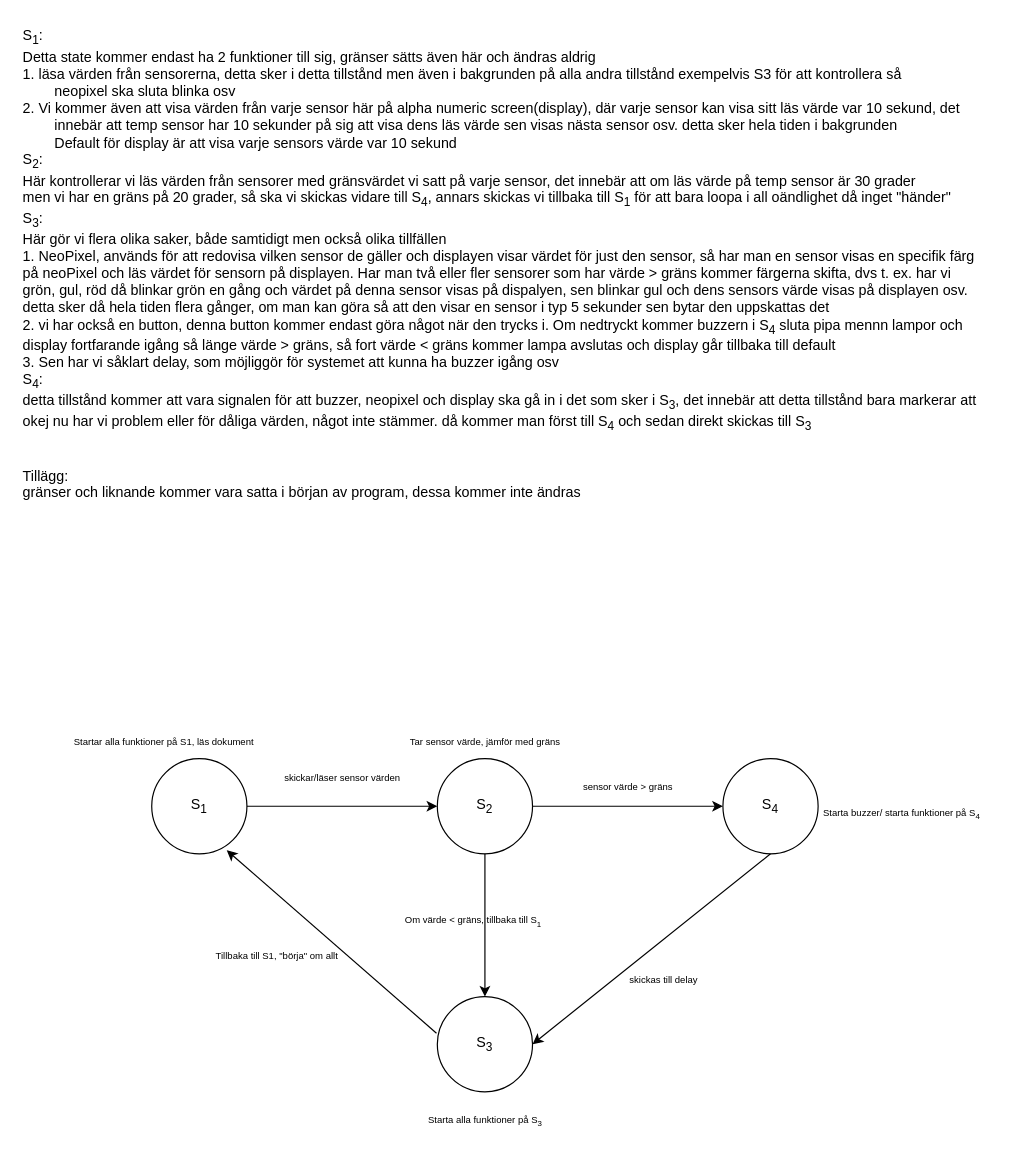
Anton-Johannesson/ComputerScience-Project keeps this draw.io diagram as docs/Diagram/StateMachine/State Machine 2.0.drawio. Above is the earlier version. Source tidied: cells renumbered, new cells numbered last; positions are measured from the earlier drawing's top-left corner, leaving out a move shared by most shapes. Both pictures are drawn from the tidied source at 119%, with x=0, y=0 at pixel (20, 20).
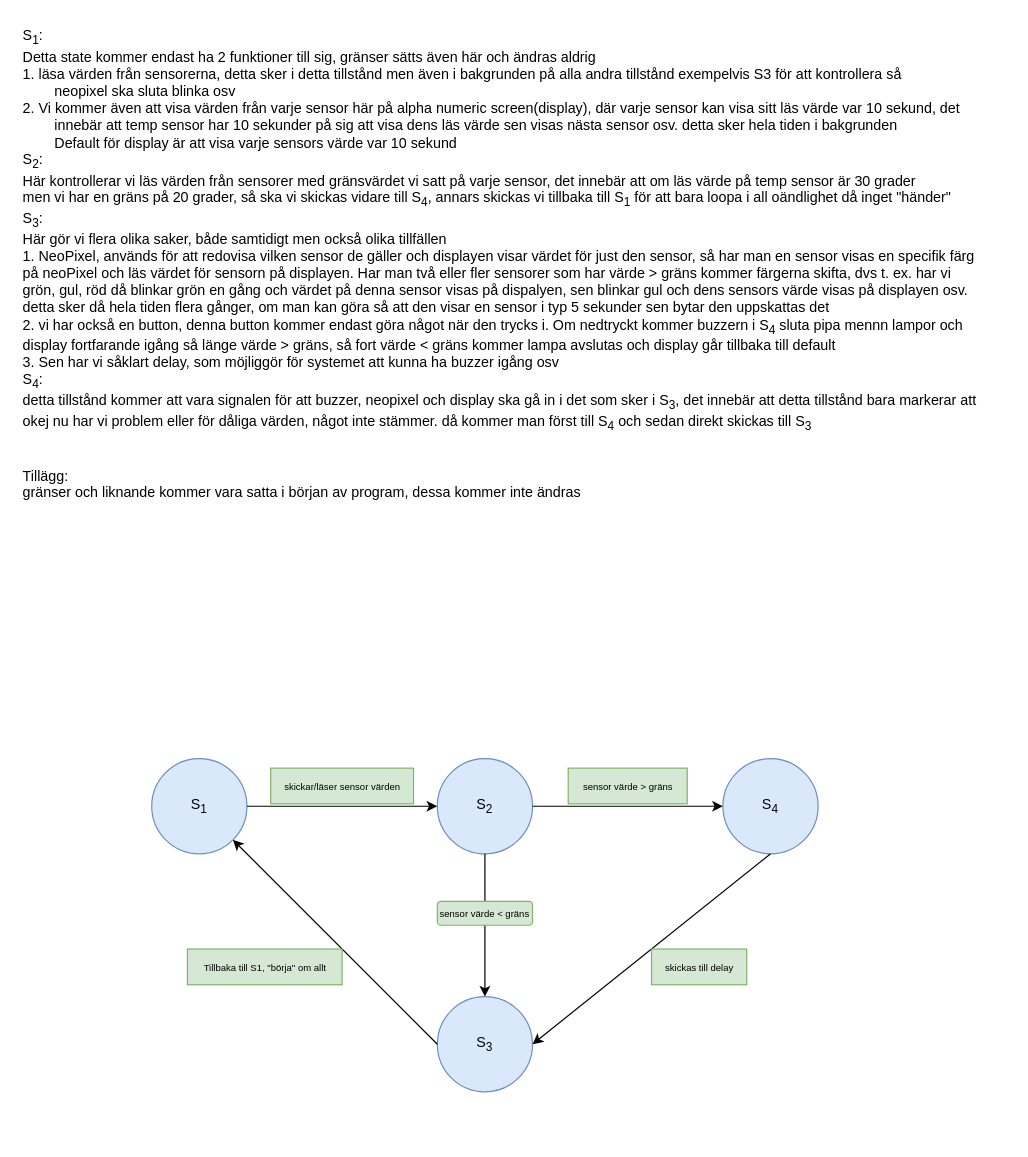
The same page after the edit.

Commit message (it also covers changes not shown here):
Changde block and state

Change to the diagram source:
```diff
@@
-    <mxCell id="2" value="S&lt;sub&gt;1&lt;/sub&gt;" style="ellipse;whiteSpace=wrap;html=1;" parent="1" vertex="1">
+    <mxCell id="2" value="S&lt;sub&gt;1&lt;/sub&gt;" style="ellipse;whiteSpace=wrap;html=1;fillColor=#dae8fc;strokeColor=#6c8ebf;" parent="1" vertex="1">
       <mxGeometry x="110" y="620" width="80" height="80" as="geometry" />
     </mxCell>
-    <mxCell id="3" value="S&lt;sub&gt;2&lt;/sub&gt;" style="ellipse;whiteSpace=wrap;html=1;" parent="1" vertex="1">
+    <mxCell id="3" value="S&lt;sub&gt;2&lt;/sub&gt;" style="ellipse;whiteSpace=wrap;html=1;fillColor=#dae8fc;strokeColor=#6c8ebf;" parent="1" vertex="1">
       <mxGeometry x="350" y="620" width="80" height="80" as="geometry" />
     </mxCell>
-    <mxCell id="4" value="S&lt;sub&gt;3&lt;/sub&gt;" style="ellipse;whiteSpace=wrap;html=1;" parent="1" vertex="1">
+    <mxCell id="4" value="S&lt;sub&gt;3&lt;/sub&gt;" style="ellipse;whiteSpace=wrap;html=1;fillColor=#dae8fc;strokeColor=#6c8ebf;" parent="1" vertex="1">
       <mxGeometry x="350" y="820" width="80" height="80" as="geometry" />
     </mxCell>
-    <mxCell id="5" value="S&lt;sub&gt;4&lt;/sub&gt;" style="ellipse;whiteSpace=wrap;html=1;" parent="1" vertex="1">
+    <mxCell id="5" value="S&lt;sub&gt;4&lt;/sub&gt;" style="ellipse;whiteSpace=wrap;html=1;fillColor=#dae8fc;strokeColor=#6c8ebf;" parent="1" vertex="1">
       <mxGeometry x="590" y="620" width="80" height="80" as="geometry" />
     </mxCell>
@@
-    <mxCell id="8" style="endArrow=classic;html=1;rounded=0;exitX=-0.009;exitY=0.384;exitDx=0;exitDy=0;entryX=0.788;entryY=0.963;entryDx=0;entryDy=0;entryPerimeter=0;exitPerimeter=0;" parent="1" edge="1" source="4" target="2">
+    <mxCell id="8" style="endArrow=classic;html=1;rounded=0;exitX=0;exitY=0.5;exitDx=0;exitDy=0;entryX=1;entryY=1;entryDx=0;entryDy=0;" parent="1" edge="1" source="4" target="2">
       <mxGeometry relative="1" as="geometry" />
     </mxCell>
@@
-    <mxCell id="11" style="endArrow=classic;html=1;rounded=0;exitX=0.5;exitY=1;exitDx=0;exitDy=0;entryX=0.5;entryY=0;entryDx=0;entryDy=0;" parent="1" edge="1" source="3" target="4">
-      <mxGeometry relative="1" as="geometry" />
-    </mxCell>
-    <mxCell id="12" value="&lt;font style=&quot;font-size: 8px;&quot;&gt;skickar/läser sensor värden&lt;/font&gt;" style="text;html=1;align=center;verticalAlign=middle;strokeColor=none;fillColor=none;" parent="1" vertex="1">
-      <mxGeometry x="210" y="620" width="120" height="30" as="geometry" />
+    <mxCell id="12" value="&lt;font style=&quot;font-size: 8px;&quot;&gt;skickar/läser sensor värden&lt;/font&gt;" style="text;html=1;align=center;verticalAlign=middle;strokeColor=#82b366;fillColor=#d5e8d4;" parent="1" vertex="1">
+      <mxGeometry x="210" y="628" width="120" height="30" as="geometry" />
     </mxCell>
-    <mxCell id="13" value="&lt;font style=&quot;font-size: 8px;&quot;&gt;sensor värde &amp;gt; gräns&lt;/font&gt;" style="text;html=1;align=center;verticalAlign=middle;strokeColor=none;fillColor=none;" parent="1" vertex="1">
+    <mxCell id="13" value="&lt;font style=&quot;font-size: 8px;&quot;&gt;sensor värde &amp;gt; gräns&lt;/font&gt;" style="text;html=1;align=center;verticalAlign=middle;strokeColor=#82b366;fillColor=#d5e8d4;" parent="1" vertex="1">
       <mxGeometry x="460" y="628" width="100" height="30" as="geometry" />
     </mxCell>
-    <mxCell id="14" value="&lt;font style=&quot;font-size: 8px;&quot;&gt;Starta buzzer/ starta funktioner på S&lt;sub style=&quot;&quot;&gt;4&lt;/sub&gt;&lt;/font&gt;" style="text;html=1;align=center;verticalAlign=middle;strokeColor=none;fillColor=none;" parent="1" vertex="1">
-      <mxGeometry x="660" y="650" width="160" height="30" as="geometry" />
-    </mxCell>
-    <mxCell id="15" value="&lt;font style=&quot;font-size: 8px;&quot;&gt;skickas till delay&lt;/font&gt;" style="text;html=1;align=center;verticalAlign=middle;strokeColor=none;fillColor=none;" parent="1" vertex="1">
-      <mxGeometry x="500" y="790" width="80" height="30" as="geometry" />
+    <mxCell id="15" value="&lt;font style=&quot;font-size: 8px;&quot;&gt;skickas till delay&lt;/font&gt;" style="text;html=1;align=center;verticalAlign=middle;strokeColor=#82b366;fillColor=#d5e8d4;" parent="1" vertex="1">
+      <mxGeometry x="530" y="780" width="80" height="30" as="geometry" />
     </mxCell>
-    <mxCell id="16" value="&lt;font style=&quot;font-size: 8px;&quot;&gt;Starta alla funktioner på S&lt;sub&gt;3&lt;/sub&gt;&lt;/font&gt;" style="text;html=1;align=center;verticalAlign=middle;strokeColor=none;fillColor=none;" parent="1" vertex="1">
-      <mxGeometry x="330" y="908" width="120" height="30" as="geometry" />
-    </mxCell>
-    <mxCell id="17" value="&lt;font style=&quot;font-size: 8px;&quot;&gt;Tillbaka till S1, &quot;börja&quot; om allt&lt;/font&gt;" style="text;html=1;align=center;verticalAlign=middle;strokeColor=none;fillColor=none;" parent="1" vertex="1">
-      <mxGeometry x="150" y="770" width="130" height="30" as="geometry" />
+    <mxCell id="17" value="&lt;font style=&quot;font-size: 8px;&quot;&gt;Tillbaka till S1, &quot;börja&quot; om allt&lt;/font&gt;" style="text;html=1;align=center;verticalAlign=middle;strokeColor=#82b366;fillColor=#d5e8d4;" parent="1" vertex="1">
+      <mxGeometry x="140" y="780" width="130" height="30" as="geometry" />
     </mxCell>
-    <mxCell id="18" value="&lt;font style=&quot;font-size: 8px;&quot;&gt;Tar sensor värde, jämför med gräns&lt;/font&gt;" style="text;html=1;align=center;verticalAlign=middle;strokeColor=none;fillColor=none;" parent="1" vertex="1">
-      <mxGeometry x="315" y="590" width="150" height="30" as="geometry" />
-    </mxCell>
-    <mxCell id="19" value="&lt;font style=&quot;font-size: 8px;&quot;&gt;Startar alla funktioner på S1, läs dokument&lt;/font&gt;" style="text;html=1;align=center;verticalAlign=middle;strokeColor=none;fillColor=none;" parent="1" vertex="1">
-      <mxGeometry x="35" y="590" width="170" height="30" as="geometry" />
-    </mxCell>
-    <mxCell id="20" value="&lt;font style=&quot;font-size: 8px;&quot;&gt;Om värde &amp;lt; gräns, tillbaka till S&lt;sub&gt;1&lt;/sub&gt;&lt;/font&gt;" style="text;html=1;align=center;verticalAlign=middle;strokeColor=none;fillColor=none;" parent="1" vertex="1">
-      <mxGeometry x="310" y="740" width="140" height="30" as="geometry" />
-    </mxCell>
+    <mxCell id="11" style="endArrow=classic;html=1;rounded=0;exitX=0.5;exitY=1;exitDx=0;exitDy=0;entryX=0.5;entryY=0;entryDx=0;entryDy=0;" parent="1" edge="1" source="3" target="4">
+      <mxGeometry relative="1" as="geometry" />
+    </mxCell>
+    <mxCell id="21" value="&lt;font style=&quot;font-size: 8px;&quot;&gt;sensor värde &amp;lt; gräns&lt;/font&gt;" style="rounded=1;whiteSpace=wrap;html=1;fillColor=#d5e8d4;strokeColor=#82b366;" parent="1" vertex="1">
+      <mxGeometry x="350" y="740" width="80" height="20" as="geometry" />
+    </mxCell>
```
